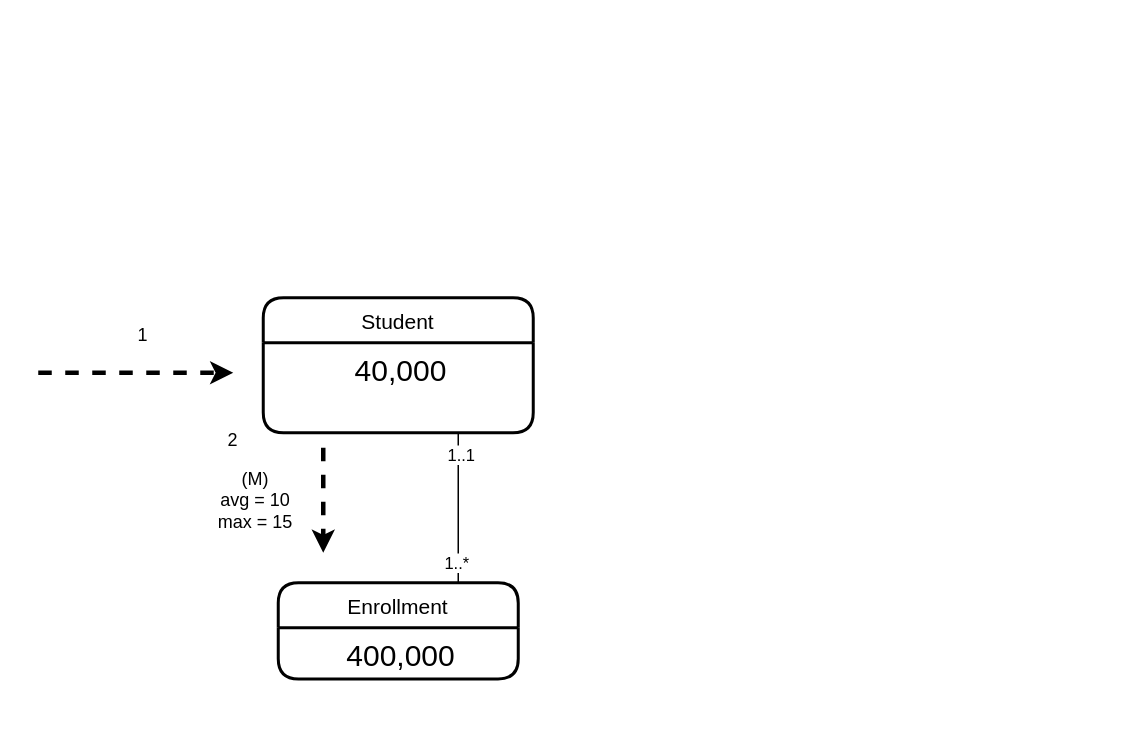
bincute/iAmReadingBook keeps this draw.io diagram as page "第 6 页" (6 of 6) of 未命名绘图2.drawio. Above is the earlier version. Source tidied: cells renumbered, new cells numbered last; positions are measured from the earlier drawing's top-left corner, leaving out a move shared by most shapes. Both pictures are drawn from the tidied source at 150%, with x=0, y=0 at pixel (38, 297).
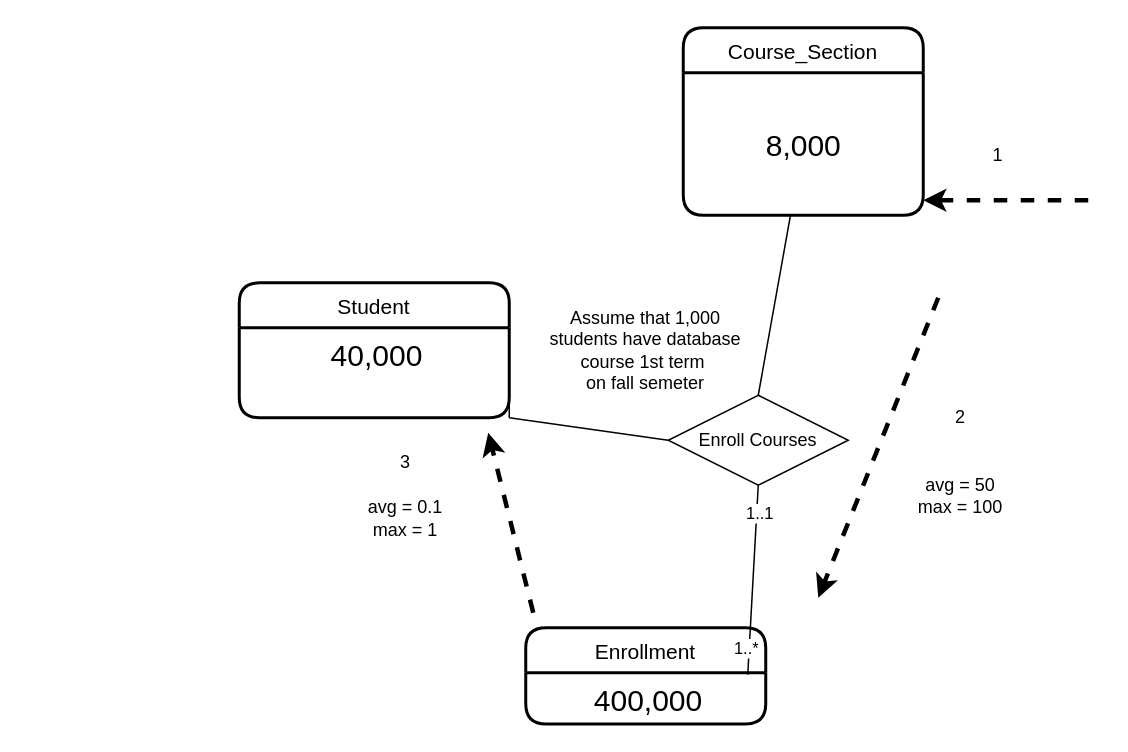
The same page after the edit.

Unchanged cells that the change refers to:
```xml
<mxCell id="3" value="40,000" style="align=center;strokeColor=none;fillColor=none;spacingLeft=4;fontSize=20;verticalAlign=top;" parent="2" vertex="1">
  <mxGeometry y="30" width="180" height="60" as="geometry" />
</mxCell>
<mxCell id="5" value="400,000" style="align=center;strokeColor=none;fillColor=none;spacingLeft=4;fontSize=20;verticalAlign=top;" parent="4" vertex="1">
  <mxGeometry y="30" width="160" height="34.1" as="geometry" />
</mxCell>
```

Diff of the diagram source:
```diff
@@
     <mxCell id="2" value="Student" style="swimlane;horizontal=1;startSize=30;rounded=1;fontSize=14;fontStyle=0;strokeWidth=2;shadow=0;dashed=0;align=center;" parent="1" vertex="1">
-      <mxGeometry x="150" width="180" height="90" as="geometry" />
+      <mxGeometry x="134" y="-10" width="180" height="90" as="geometry" />
     </mxCell>
@@
+    <mxCell id="14" style="edgeStyle=none;rounded=0;orthogonalLoop=1;jettySize=auto;html=1;exitX=1;exitY=1;exitDx=0;exitDy=0;entryX=1;entryY=0.75;entryDx=0;entryDy=0;strokeWidth=1;fontSize=20;endArrow=none;endFill=0;elbow=vertical;" parent="2" edge="1" source="3" target="3">
+      <mxGeometry relative="1" as="geometry" />
+    </mxCell>
     <mxCell id="4" value="Enrollment" style="swimlane;horizontal=1;startSize=30;rounded=1;fontSize=14;fontStyle=0;strokeWidth=2;shadow=0;dashed=0;align=center;" parent="1" vertex="1">
-      <mxGeometry x="160" y="190" width="160" height="64.1" as="geometry" />
+      <mxGeometry x="325" y="220" width="160" height="64.1" as="geometry" />
     </mxCell>
@@
-    <mxCell id="6" style="edgeStyle=orthogonalEdgeStyle;rounded=0;jettySize=auto;html=1;entryX=0.75;entryY=0;entryDx=0;entryDy=0;strokeWidth=1;endArrow=none;endFill=0;" parent="1" edge="1" target="4">
-      <mxGeometry relative="1" as="geometry">
-        <mxPoint x="280" y="90" as="sourcePoint" />
-        <Array as="points">
-          <mxPoint x="280" y="90" />
-        </Array>
-      </mxGeometry>
+    <mxCell id="6" style="rounded=0;jettySize=auto;html=1;entryX=0.925;entryY=0.039;entryDx=0;entryDy=0;strokeWidth=1;endArrow=none;endFill=0;exitX=0.5;exitY=1;exitDx=0;exitDy=0;entryPerimeter=0;" parent="1" edge="1" source="18" target="5">
+      <mxGeometry relative="1" as="geometry" />
     </mxCell>
@@
-    <mxCell id="9" value="(M)&lt;br&gt;avg = 10&lt;br&gt;max = 15" style="text;html=1;strokeColor=none;fillColor=none;align=center;verticalAlign=middle;whiteSpace=wrap;rounded=0;" parent="1" vertex="1">
-      <mxGeometry x="90" y="120" width="110" height="30" as="geometry" />
+    <mxCell id="9" value="&lt;br&gt;avg = 0.1&lt;br&gt;max = 1" style="text;html=1;strokeColor=none;fillColor=none;align=center;verticalAlign=middle;whiteSpace=wrap;rounded=0;" parent="1" vertex="1">
+      <mxGeometry x="190" y="125" width="110" height="30" as="geometry" />
     </mxCell>
     <mxCell id="10" style="endArrow=classic;html=1;rounded=0;strokeWidth=3;elbow=vertical;dashed=1;" parent="1" edge="1">
       <mxGeometry relative="1" as="geometry">
-        <mxPoint y="50" as="sourcePoint" />
-        <mxPoint x="130" y="50" as="targetPoint" />
+        <mxPoint x="700" y="-65" as="sourcePoint" />
+        <mxPoint x="590" y="-65" as="targetPoint" />
       </mxGeometry>
     </mxCell>
     <mxCell id="11" style="endArrow=classic;html=1;rounded=0;strokeWidth=3;elbow=vertical;dashed=1;" parent="1" edge="1">
       <mxGeometry relative="1" as="geometry">
-        <mxPoint x="190" y="100" as="sourcePoint" />
-        <mxPoint x="190" y="170" as="targetPoint" />
+        <mxPoint x="330" y="210" as="sourcePoint" />
+        <mxPoint x="300" y="90" as="targetPoint" />
       </mxGeometry>
     </mxCell>
     <mxCell id="12" value="1" style="text;html=1;strokeColor=none;fillColor=none;align=center;verticalAlign=middle;whiteSpace=wrap;rounded=0;" parent="1" vertex="1">
-      <mxGeometry x="40" y="10" width="60" height="30" as="geometry" />
+      <mxGeometry x="610" y="-110" width="60" height="30" as="geometry" />
     </mxCell>
-    <mxCell id="13" value="2" style="text;html=1;strokeColor=none;fillColor=none;align=center;verticalAlign=middle;whiteSpace=wrap;rounded=0;" parent="1" vertex="1">
-      <mxGeometry x="100" y="80" width="60" height="30" as="geometry" />
+    <mxCell id="13" value="3" style="text;html=1;strokeColor=none;fillColor=none;align=center;verticalAlign=middle;whiteSpace=wrap;rounded=0;" parent="1" vertex="1">
+      <mxGeometry x="215" y="95" width="60" height="30" as="geometry" />
     </mxCell>
+    <mxCell id="15" value="Assume that 1,000 students have database course 1st term&amp;nbsp;&lt;br&gt;&amp;nbsp;on fall semeter&amp;nbsp;" style="text;html=1;strokeColor=none;fillColor=none;align=center;verticalAlign=middle;whiteSpace=wrap;rounded=0;" parent="1" vertex="1">
+      <mxGeometry x="340" y="20" width="130" height="30" as="geometry" />
+    </mxCell>
+    <mxCell id="16" value="Course_Section" style="swimlane;horizontal=1;startSize=30;rounded=1;fontSize=14;fontStyle=0;strokeWidth=2;shadow=0;dashed=0;align=center;" parent="1" vertex="1">
+      <mxGeometry x="430" y="-180" width="160" height="125" as="geometry" />
+    </mxCell>
+    <mxCell id="17" value="&lt;font style=&quot;font-size: 20px;&quot;&gt;8,000&lt;/font&gt;" style="text;html=1;align=center;verticalAlign=middle;points=[];strokeColor=none;fillColor=none;" parent="16" vertex="1">
+      <mxGeometry y="30" width="160" height="95" as="geometry" />
+    </mxCell>
+    <mxCell id="18" value="Enroll Courses" style="shape=rhombus;perimeter=rhombusPerimeter;whiteSpace=wrap;html=1;align=center;" parent="1" vertex="1">
+      <mxGeometry x="420" y="65" width="120" height="60" as="geometry" />
+    </mxCell>
+    <mxCell id="19" style="rounded=0;jettySize=auto;html=1;exitX=1;exitY=1;exitDx=0;exitDy=0;entryX=0;entryY=0.5;entryDx=0;entryDy=0;strokeWidth=1;fontSize=20;endArrow=none;endFill=0;elbow=vertical;" parent="1" edge="1" source="3" target="18">
+      <mxGeometry relative="1" as="geometry" />
+    </mxCell>
+    <mxCell id="20" style="endArrow=none;html=1;rounded=0;strokeWidth=1;fontSize=20;elbow=vertical;exitX=0.5;exitY=0;exitDx=0;exitDy=0;" parent="1" edge="1" source="18" target="17">
+      <mxGeometry relative="1" as="geometry" />
+    </mxCell>
+    <mxCell id="21" style="endArrow=classic;html=1;rounded=0;strokeWidth=3;elbow=vertical;dashed=1;" parent="1" edge="1">
+      <mxGeometry relative="1" as="geometry">
+        <mxPoint x="600" as="sourcePoint" />
+        <mxPoint x="520" y="200" as="targetPoint" />
+      </mxGeometry>
+    </mxCell>
+    <mxCell id="22" value="&lt;br&gt;avg = 50&lt;br&gt;max = 100" style="text;html=1;strokeColor=none;fillColor=none;align=center;verticalAlign=middle;whiteSpace=wrap;rounded=0;" parent="1" vertex="1">
+      <mxGeometry x="560" y="110" width="110" height="30" as="geometry" />
+    </mxCell>
+    <mxCell id="23" value="2" style="text;html=1;strokeColor=none;fillColor=none;align=center;verticalAlign=middle;whiteSpace=wrap;rounded=0;" parent="1" vertex="1">
+      <mxGeometry x="585" y="65" width="60" height="30" as="geometry" />
+    </mxCell>
```
